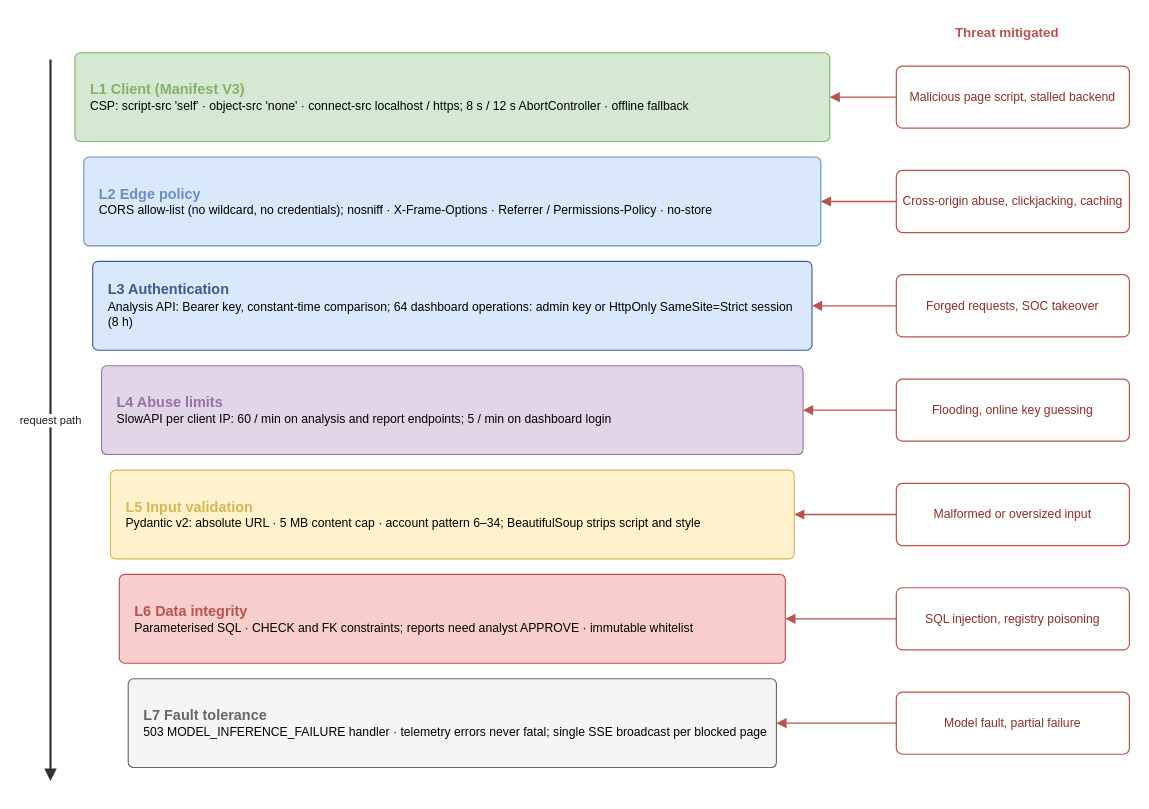
Before: report/diagrams_drawio/security_layers.drawio in KunTheNoobie/PhishGuard-AI-Complete, a draw.io diagram. Source tidied: cells renumbered, new cells numbered last; positions are measured from the earlier drawing's top-left corner, leaving out a move shared by most shapes. Both pictures are drawn from the tidied source at 111%, with x=0, y=0 at pixel (50, 19).
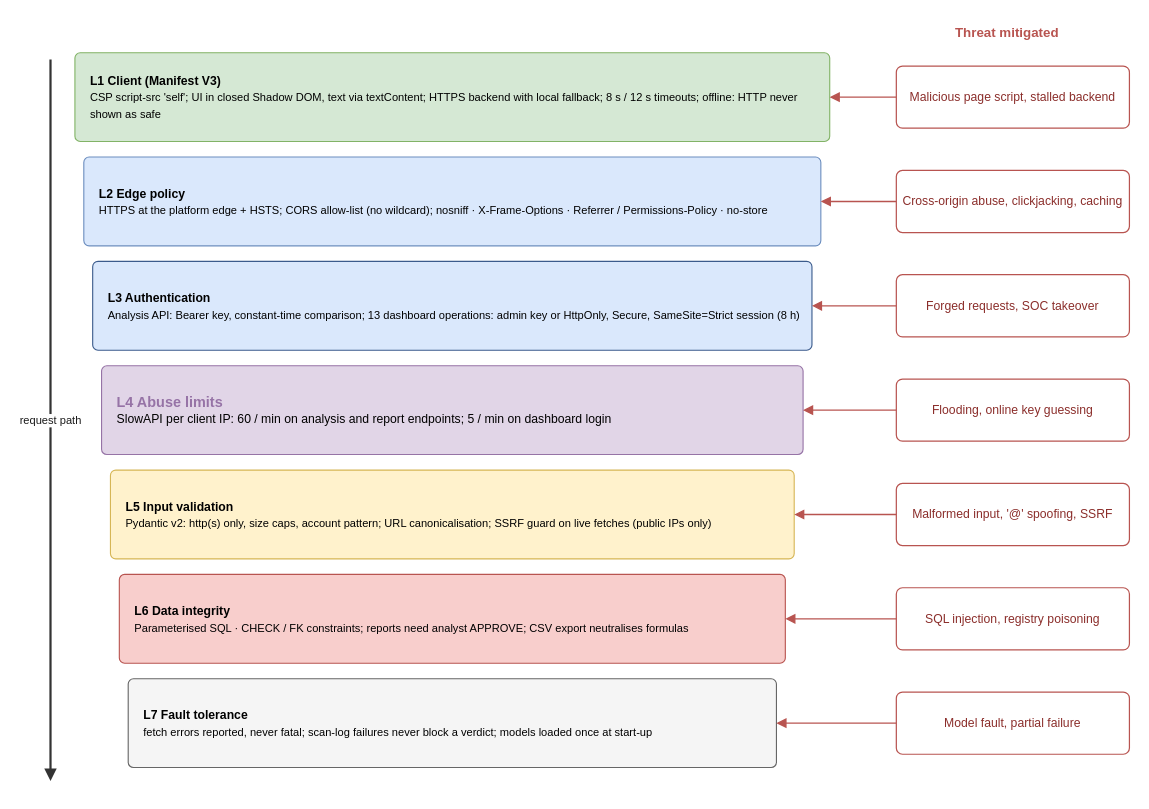
The same page after the edit.

Change to the diagram source:
```diff
@@
-    <mxCell id="4" value="&lt;b style=&quot;font-size:13px;color:#82B366&quot;&gt;L1  Client (Manifest V3)&lt;/b&gt;&lt;br&gt;&lt;span style=&quot;font-size:11px&quot;&gt;CSP: script-src 'self' · object-src 'none' · connect-src localhost / https; 8 s / 12 s AbortController · offline fallback&lt;/span&gt;" style="rounded=1;arcSize=6;whiteSpace=wrap;html=1;fillColor=#D5E8D4;strokeColor=#82B366;fontFamily=Arial;align=left;verticalAlign=middle;spacingLeft=12;spacingRight=8;" parent="1" vertex="1">
+    <mxCell id="4" value="&lt;b style=&quot;font-size:11px&quot;&gt;L1  Client (Manifest V3)&lt;/b&gt;&lt;br&gt;&lt;span style=&quot;font-size:10px&quot;&gt;CSP script-src &amp;#x27;self&amp;#x27;; UI in closed Shadow DOM, text via textContent; HTTPS backend with local fallback; 8 s / 12 s timeouts; offline: HTTP never shown as safe&lt;/span&gt;" style="rounded=1;arcSize=6;whiteSpace=wrap;html=1;fillColor=#D5E8D4;strokeColor=#82B366;fontFamily=Arial;align=left;verticalAlign=middle;spacingLeft=12;spacingRight=8;" parent="1" vertex="1">
       <mxGeometry x="22" y="30" width="680" height="80" as="geometry" />
     </mxCell>
@@
-    <mxCell id="7" value="&lt;b style=&quot;font-size:13px;color:#6C8EBF&quot;&gt;L2  Edge policy&lt;/b&gt;&lt;br&gt;&lt;span style=&quot;font-size:11px&quot;&gt;CORS allow-list (no wildcard, no credentials); nosniff · X-Frame-Options · Referrer / Permissions-Policy · no-store&lt;/span&gt;" style="rounded=1;arcSize=6;whiteSpace=wrap;html=1;fillColor=#DAE8FC;strokeColor=#6C8EBF;fontFamily=Arial;align=left;verticalAlign=middle;spacingLeft=12;spacingRight=8;" parent="1" vertex="1">
+    <mxCell id="7" value="&lt;b style=&quot;font-size:11px&quot;&gt;L2  Edge policy&lt;/b&gt;&lt;br&gt;&lt;span style=&quot;font-size:10px&quot;&gt;HTTPS at the platform edge + HSTS; CORS allow-list (no wildcard); nosniff · X-Frame-Options · Referrer / Permissions-Policy · no-store&lt;/span&gt;" style="rounded=1;arcSize=6;whiteSpace=wrap;html=1;fillColor=#DAE8FC;strokeColor=#6C8EBF;fontFamily=Arial;align=left;verticalAlign=middle;spacingLeft=12;spacingRight=8;" parent="1" vertex="1">
       <mxGeometry x="30" y="124" width="664" height="80" as="geometry" />
     </mxCell>
@@
-    <mxCell id="10" value="&lt;b style=&quot;font-size:13px;color:#3B5B8C&quot;&gt;L3  Authentication&lt;/b&gt;&lt;br&gt;&lt;span style=&quot;font-size:11px&quot;&gt;Analysis API: Bearer key, constant-time comparison; 64 dashboard operations: admin key or HttpOnly SameSite=Strict session (8 h)&lt;/span&gt;" style="rounded=1;arcSize=6;whiteSpace=wrap;html=1;fillColor=#DAE8FC;strokeColor=#3B5B8C;fontFamily=Arial;align=left;verticalAlign=middle;spacingLeft=12;spacingRight=8;" parent="1" vertex="1">
+    <mxCell id="10" value="&lt;b style=&quot;font-size:11px&quot;&gt;L3  Authentication&lt;/b&gt;&lt;br&gt;&lt;span style=&quot;font-size:10px&quot;&gt;Analysis API: Bearer key, constant-time comparison; 13 dashboard operations: admin key or HttpOnly, Secure, SameSite=Strict session (8 h)&lt;/span&gt;" style="rounded=1;arcSize=6;whiteSpace=wrap;html=1;fillColor=#DAE8FC;strokeColor=#3B5B8C;fontFamily=Arial;align=left;verticalAlign=middle;spacingLeft=12;spacingRight=8;" parent="1" vertex="1">
       <mxGeometry x="38" y="218" width="648" height="80" as="geometry" />
     </mxCell>
@@
-    <mxCell id="16" value="&lt;b style=&quot;font-size:13px;color:#D6B656&quot;&gt;L5  Input validation&lt;/b&gt;&lt;br&gt;&lt;span style=&quot;font-size:11px&quot;&gt;Pydantic v2: absolute URL · 5 MB content cap · account pattern 6–34; BeautifulSoup strips script and style&lt;/span&gt;" style="rounded=1;arcSize=6;whiteSpace=wrap;html=1;fillColor=#FFF2CC;strokeColor=#D6B656;fontFamily=Arial;align=left;verticalAlign=middle;spacingLeft=12;spacingRight=8;" parent="1" vertex="1">
+    <mxCell id="16" value="&lt;b style=&quot;font-size:11px&quot;&gt;L5  Input validation&lt;/b&gt;&lt;br&gt;&lt;span style=&quot;font-size:10px&quot;&gt;Pydantic v2: http(s) only, size caps, account pattern; URL canonicalisation; SSRF guard on live fetches (public IPs only)&lt;/span&gt;" style="rounded=1;arcSize=6;whiteSpace=wrap;html=1;fillColor=#FFF2CC;strokeColor=#D6B656;fontFamily=Arial;align=left;verticalAlign=middle;spacingLeft=12;spacingRight=8;" parent="1" vertex="1">
       <mxGeometry x="54" y="406" width="616" height="80" as="geometry" />
     </mxCell>
-    <mxCell id="17" value="&lt;span style=&quot;font-size:11px&quot;&gt;Malformed or oversized input&lt;/span&gt;" style="rounded=1;arcSize=10;whiteSpace=wrap;html=1;fillColor=#FFFFFF;strokeColor=#666666;fontFamily=Arial;fontSize=11;fontColor=#1A1A1A;align=center;verticalAlign=middle;spacing=6;strokeWidth=1.1;strokeColor=#B85450;fontColor=#8B2E2B;" parent="1" vertex="1">
+    <mxCell id="17" value="Malformed input, '@' spoofing, SSRF" style="rounded=1;arcSize=10;whiteSpace=wrap;html=1;fillColor=#FFFFFF;strokeColor=#666666;fontFamily=Arial;fontSize=11;fontColor=#1A1A1A;align=center;verticalAlign=middle;spacing=6;strokeWidth=1.1;strokeColor=#B85450;fontColor=#8B2E2B;" parent="1" vertex="1">
       <mxGeometry x="762" y="418" width="210" height="56" as="geometry" />
     </mxCell>
@@
-    <mxCell id="19" value="&lt;b style=&quot;font-size:13px;color:#B85450&quot;&gt;L6  Data integrity&lt;/b&gt;&lt;br&gt;&lt;span style=&quot;font-size:11px&quot;&gt;Parameterised SQL · CHECK and FK constraints; reports need analyst APPROVE · immutable whitelist&lt;/span&gt;" style="rounded=1;arcSize=6;whiteSpace=wrap;html=1;fillColor=#F8CECC;strokeColor=#B85450;fontFamily=Arial;align=left;verticalAlign=middle;spacingLeft=12;spacingRight=8;" parent="1" vertex="1">
+    <mxCell id="19" value="&lt;b style=&quot;font-size:11px&quot;&gt;L6  Data integrity&lt;/b&gt;&lt;br&gt;&lt;span style=&quot;font-size:10px&quot;&gt;Parameterised SQL · CHECK / FK constraints; reports need analyst APPROVE; CSV export neutralises formulas&lt;/span&gt;" style="rounded=1;arcSize=6;whiteSpace=wrap;html=1;fillColor=#F8CECC;strokeColor=#B85450;fontFamily=Arial;align=left;verticalAlign=middle;spacingLeft=12;spacingRight=8;" parent="1" vertex="1">
       <mxGeometry x="62" y="500" width="600" height="80" as="geometry" />
     </mxCell>
@@
-    <mxCell id="22" value="&lt;b style=&quot;font-size:13px;color:#666666&quot;&gt;L7  Fault tolerance&lt;/b&gt;&lt;br&gt;&lt;span style=&quot;font-size:11px&quot;&gt;503 MODEL_INFERENCE_FAILURE handler · telemetry errors never fatal; single SSE broadcast per blocked page&lt;/span&gt;" style="rounded=1;arcSize=6;whiteSpace=wrap;html=1;fillColor=#F5F5F5;strokeColor=#666666;fontFamily=Arial;align=left;verticalAlign=middle;spacingLeft=12;spacingRight=8;" parent="1" vertex="1">
+    <mxCell id="22" value="&lt;b style=&quot;font-size:11px&quot;&gt;L7  Fault tolerance&lt;/b&gt;&lt;br&gt;&lt;span style=&quot;font-size:10px&quot;&gt;fetch errors reported, never fatal; scan-log failures never block a verdict; models loaded once at start-up&lt;/span&gt;" style="rounded=1;arcSize=6;whiteSpace=wrap;html=1;fillColor=#F5F5F5;strokeColor=#666666;fontFamily=Arial;align=left;verticalAlign=middle;spacingLeft=12;spacingRight=8;" parent="1" vertex="1">
       <mxGeometry x="70" y="594" width="584" height="80" as="geometry" />
     </mxCell>
```
